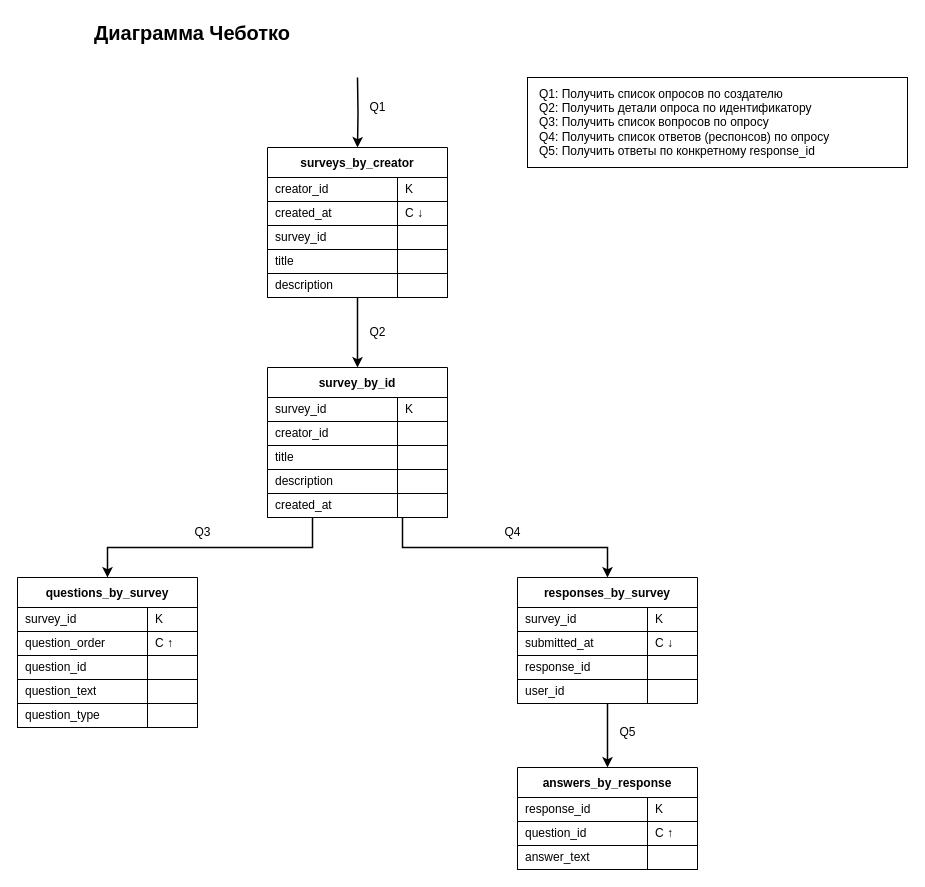
Above: survey/diagram/chebotko.drawio in PolinaPolupan/nosql-practice (draw.io), before the change. Source tidied: cells renumbered, new cells numbered last; positions are measured from the earlier drawing's top-left corner, leaving out a move shared by most shapes. Both pictures are drawn from the tidied source at 100%, with x=0, y=0 at pixel (17, 17).
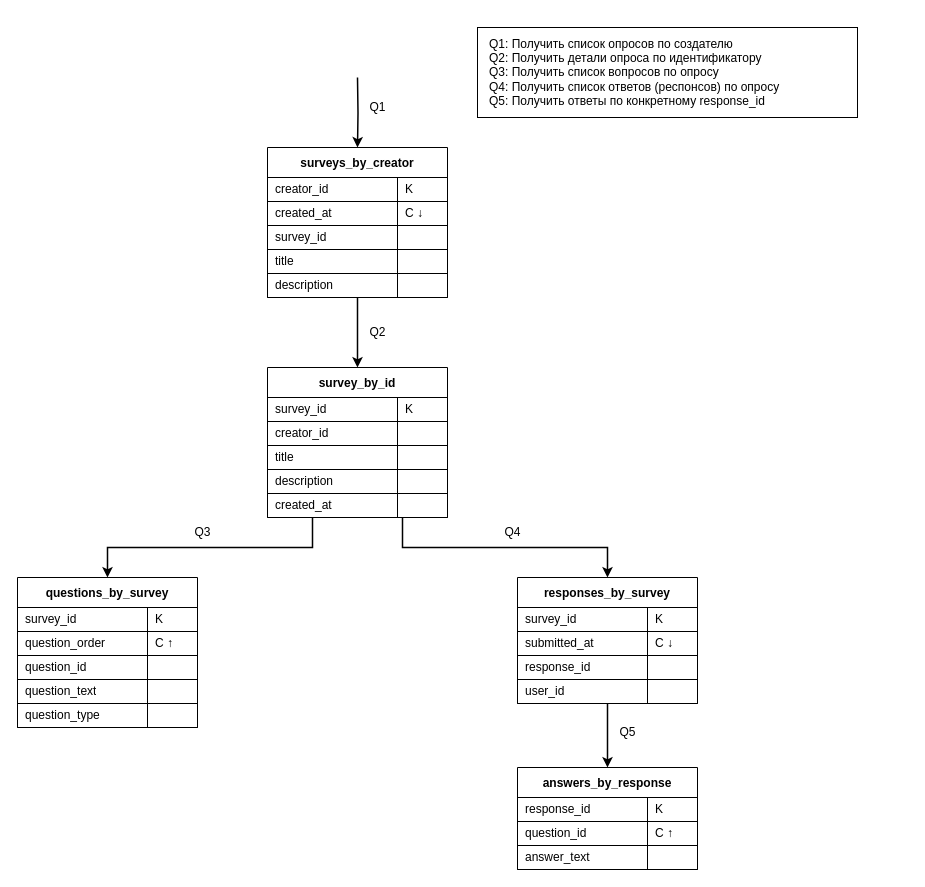
After the change.

What changed in the source:
```diff
@@
-    <mxCell id="2" value="&lt;b style=&quot;font-size: 20px;&quot;&gt;Диаграмма Чеботко&lt;/b&gt;" style="text;html=1;strokeColor=none;fillColor=none;align=left;verticalAlign=middle;whiteSpace=wrap;rounded=0;fontFamily=Arial;" parent="1" vertex="1">
-      <mxGeometry x="75" width="300" height="30" as="geometry" />
-    </mxCell>
     <mxCell id="3" value="Q1: Получить список опросов по создателю&lt;br&gt;Q2: Получить детали опроса по идентификатору&lt;br&gt;Q3: Получить список вопросов по опросу&lt;br&gt;Q4: Получить список ответов (респонсов) по опросу&lt;br&gt;Q5: Получить ответы по конкретному response_id" style="text;html=1;strokeColor=#000000;fillColor=none;align=left;verticalAlign=middle;whiteSpace=wrap;rounded=0;fontFamily=Arial;fontSize=12;spacingLeft=10;" parent="1" vertex="1">
-      <mxGeometry x="510" y="60" width="380" height="90" as="geometry" />
+      <mxGeometry x="460" y="10" width="380" height="90" as="geometry" />
     </mxCell>
```
